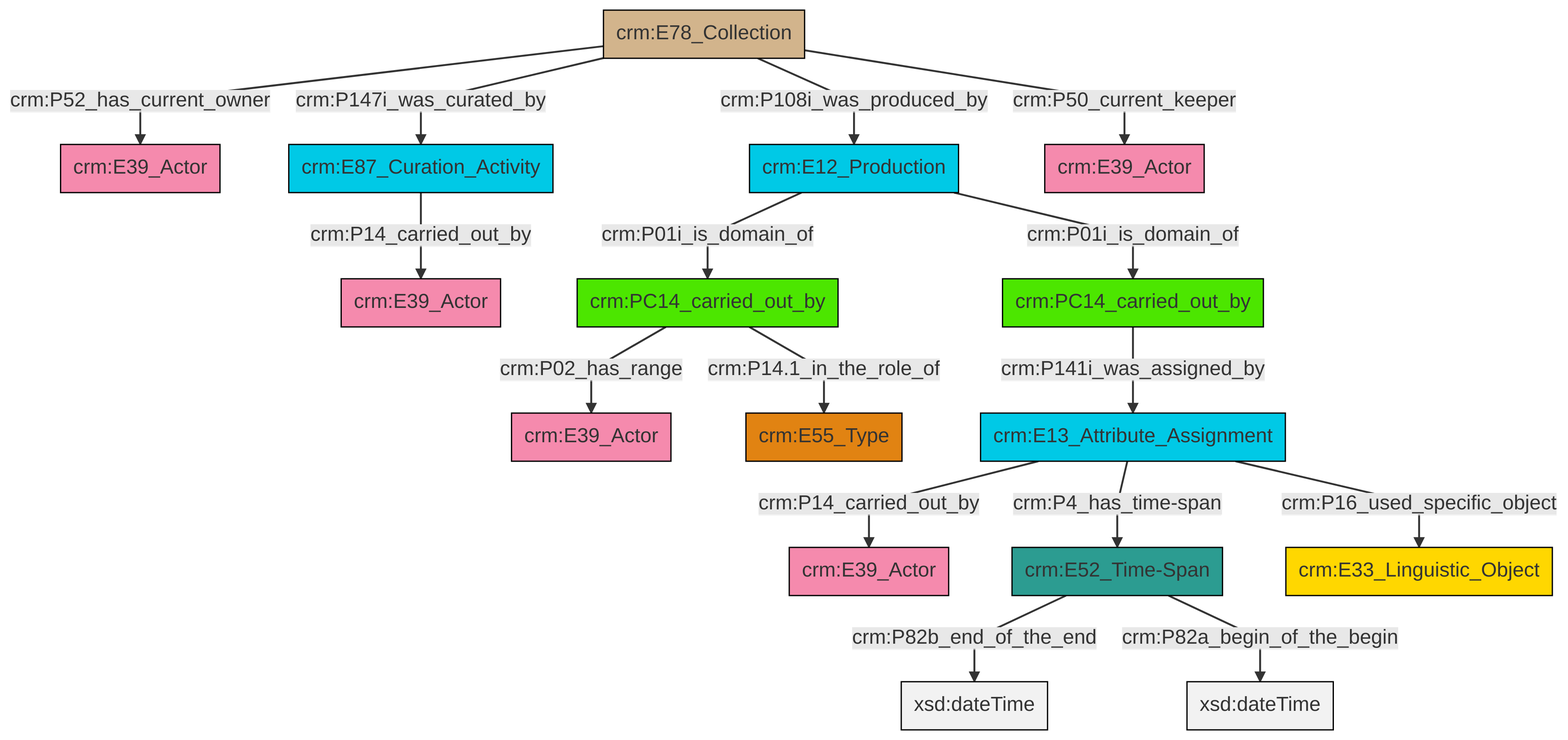
This is et/archivalCSV/ttl/mmd/png/archival_relation.png from swiss-art-research-net/docs.swissartresearch, a Mermaid export, as it was before one commit. Its source is kept beside it as et/archivalCSV/ttl/mmd/archival_relation.ttl.mmd.
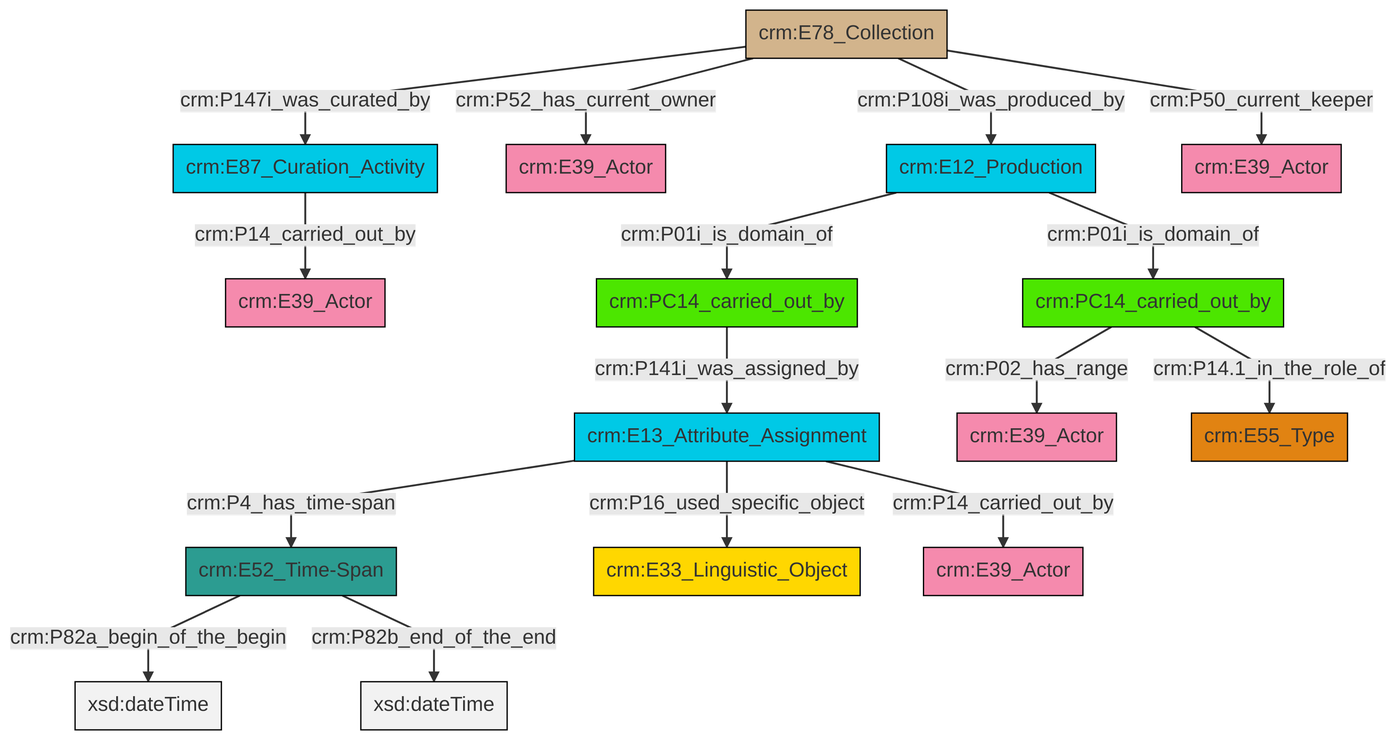
The same diagram one commit later.

Change to the diagram source:
```diff
@@ -13,18 +13,18 @@
 classDef PC_Classes fill:#4ce600, stroke:#000000;
 classDef Multi fill:#cccccc,stroke:#000000;
 
-0["crm:PC14_carried_out_by"]:::PC_Classes -->|crm:P02_has_range| 1["crm:E39_Actor"]:::Actor
-4["crm:E87_Curation_Activity"]:::Temporal_Entity -->|crm:P14_carried_out_by| 5["crm:E39_Actor"]:::Actor
-8["crm:E13_Attribute_Assignment"]:::Temporal_Entity -->|crm:P14_carried_out_by| 9["crm:E39_Actor"]:::Actor
-2["crm:E52_Time-Span"]:::Time-Span -->|crm:P82b_end_of_the_end| 14[xsd:dateTime]:::Literal
-25["crm:E78_Collection"]:::Physical_Thing -->|crm:P52_has_current_owner| 15["crm:E39_Actor"]:::Actor
-25["crm:E78_Collection"]:::Physical_Thing -->|crm:P147i_was_curated_by| 4["crm:E87_Curation_Activity"]:::Temporal_Entity
-10["crm:E12_Production"]:::Temporal_Entity -->|crm:P01i_is_domain_of| 0["crm:PC14_carried_out_by"]:::PC_Classes
-6["crm:PC14_carried_out_by"]:::PC_Classes -->|crm:P141i_was_assigned_by| 8["crm:E13_Attribute_Assignment"]:::Temporal_Entity
-8["crm:E13_Attribute_Assignment"]:::Temporal_Entity -->|crm:P4_has_time-span| 2["crm:E52_Time-Span"]:::Time-Span
-25["crm:E78_Collection"]:::Physical_Thing -->|crm:P108i_was_produced_by| 10["crm:E12_Production"]:::Temporal_Entity
-8["crm:E13_Attribute_Assignment"]:::Temporal_Entity -->|crm:P16_used_specific_object| 19["crm:E33_Linguistic_Object"]:::Conceptual_Object
-10["crm:E12_Production"]:::Temporal_Entity -->|crm:P01i_is_domain_of| 6["crm:PC14_carried_out_by"]:::PC_Classes
-25["crm:E78_Collection"]:::Physical_Thing -->|crm:P50_current_keeper| 12["crm:E39_Actor"]:::Actor
-2["crm:E52_Time-Span"]:::Time-Span -->|crm:P82a_begin_of_the_begin| 28[xsd:dateTime]:::Literal
-0["crm:PC14_carried_out_by"]:::PC_Classes -->|crm:P14.1_in_the_role_of| 22["crm:E55_Type"]:::Type
+0["crm:E13_Attribute_Assignment"]:::Temporal_Entity -->|crm:P4_has_time-span| 1["crm:E52_Time-Span"]:::Time-Span
+1["crm:E52_Time-Span"]:::Time-Span -->|crm:P82a_begin_of_the_begin| 2[xsd:dateTime]:::Literal
+7["crm:E12_Production"]:::Temporal_Entity -->|crm:P01i_is_domain_of| 8["crm:PC14_carried_out_by"]:::PC_Classes
+3["crm:E78_Collection"]:::Physical_Thing -->|crm:P52_has_current_owner| 9["crm:E39_Actor"]:::Actor
+13["crm:PC14_carried_out_by"]:::PC_Classes -->|crm:P02_has_range| 15["crm:E39_Actor"]:::Actor
+8["crm:PC14_carried_out_by"]:::PC_Classes -->|crm:P141i_was_assigned_by| 0["crm:E13_Attribute_Assignment"]:::Temporal_Entity
+0["crm:E13_Attribute_Assignment"]:::Temporal_Entity -->|crm:P16_used_specific_object| 16["crm:E33_Linguistic_Object"]:::Conceptual_Object
+0["crm:E13_Attribute_Assignment"]:::Temporal_Entity -->|crm:P14_carried_out_by| 19["crm:E39_Actor"]:::Actor
+20["crm:E87_Curation_Activity"]:::Temporal_Entity -->|crm:P14_carried_out_by| 5["crm:E39_Actor"]:::Actor
+13["crm:PC14_carried_out_by"]:::PC_Classes -->|crm:P14.1_in_the_role_of| 22["crm:E55_Type"]:::Type
+3["crm:E78_Collection"]:::Physical_Thing -->|crm:P108i_was_produced_by| 7["crm:E12_Production"]:::Temporal_Entity
+3["crm:E78_Collection"]:::Physical_Thing -->|crm:P147i_was_curated_by| 20["crm:E87_Curation_Activity"]:::Temporal_Entity
+7["crm:E12_Production"]:::Temporal_Entity -->|crm:P01i_is_domain_of| 13["crm:PC14_carried_out_by"]:::PC_Classes
+3["crm:E78_Collection"]:::Physical_Thing -->|crm:P50_current_keeper| 26["crm:E39_Actor"]:::Actor
+1["crm:E52_Time-Span"]:::Time-Span -->|crm:P82b_end_of_the_end| 28[xsd:dateTime]:::Literal
```
